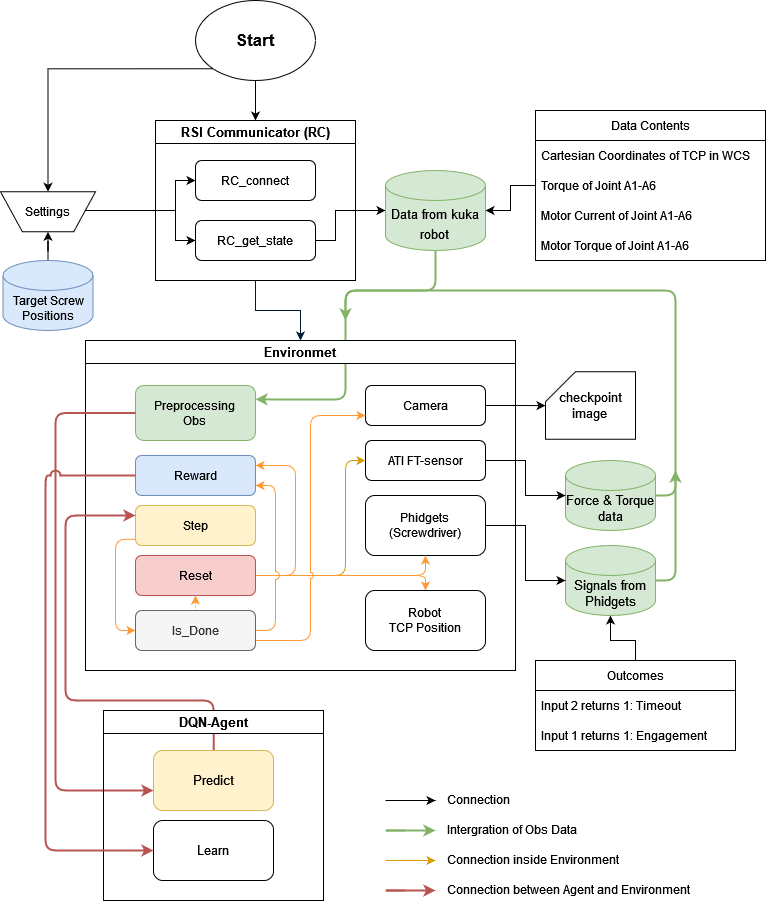
The draw.io diagram New_Worflow.png in TONiiV/flowcharts, before a commit. Source tidied: cells renumbered, new cells last; positions are measured from the earlier drawing's top-left corner, leaving out a move shared by most shapes.
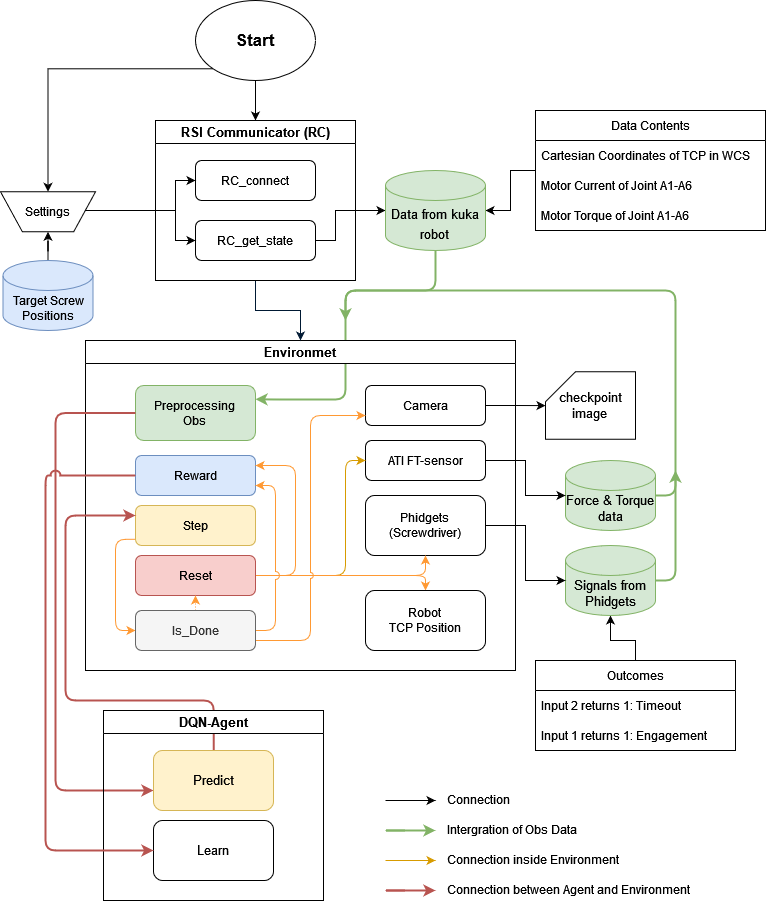
The same diagram one commit later.

What changed in the source:
```diff
@@ -154,19 +154,16 @@
       <mxGeometry relative="1" as="geometry" />
     </mxCell>
     <mxCell id="36" value="Data Contents" style="swimlane;fontStyle=0;horizontal=1;startSize=30;fontSize=12;" parent="1" vertex="1">
-      <mxGeometry x="535" y="110" width="230" height="150" as="geometry" />
+      <mxGeometry x="535" y="110" width="230" height="120" as="geometry" />
     </mxCell>
     <mxCell id="37" value="Cartesian Coordinates of TCP in WCS" style="text;strokeColor=none;fillColor=none;align=left;verticalAlign=middle;spacingLeft=4;spacingRight=4;overflow=hidden;fontSize=12;" parent="36" vertex="1">
       <mxGeometry y="30" width="230" height="30" as="geometry" />
     </mxCell>
-    <mxCell id="38" value="Torque of Joint A1-A6" style="text;strokeColor=none;fillColor=none;align=left;verticalAlign=middle;spacingLeft=4;spacingRight=4;overflow=hidden;fontSize=12;" parent="36" vertex="1">
-      <mxGeometry y="60" width="230" height="30" as="geometry" />
-    </mxCell>
     <mxCell id="39" value="Motor Current of Joint A1-A6" style="text;strokeColor=none;fillColor=none;align=left;verticalAlign=middle;spacingLeft=4;spacingRight=4;overflow=hidden;fontSize=12;" parent="36" vertex="1">
-      <mxGeometry y="90" width="230" height="30" as="geometry" />
+      <mxGeometry y="60" width="230" height="30" as="geometry" />
     </mxCell>
     <mxCell id="40" value="Motor Torque of Joint A1-A6 " style="text;strokeColor=none;fillColor=none;align=left;verticalAlign=middle;spacingLeft=4;spacingRight=4;overflow=hidden;fontSize=12;" parent="36" vertex="1">
-      <mxGeometry y="120" width="230" height="30" as="geometry" />
+      <mxGeometry y="90" width="230" height="30" as="geometry" />
     </mxCell>
     <mxCell id="41" value="Target Screw Positions" style="shape=cylinder3;whiteSpace=wrap;html=1;boundedLbl=1;backgroundOutline=1;size=15;fillColor=#dae8fc;strokeColor=#6c8ebf;" parent="1" vertex="1">
       <mxGeometry x="2.5" y="260" width="90" height="70" as="geometry" />
```
